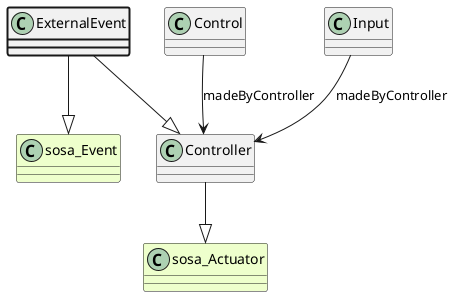
The PlantUML diagram ttl_uml/ttl_appn_ExternalEvent.png in aus-plant-phenomics-network/appn-schema, before a commit.
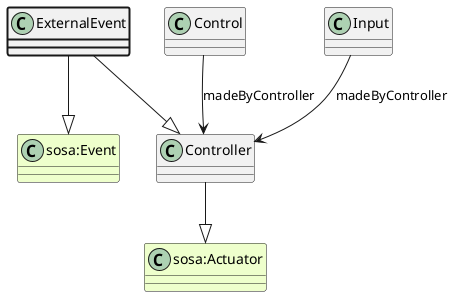
Above is the later version.

Diff of the diagram source:
```diff
@@ -1,13 +1,13 @@
 @startuml
 class ExternalEvent  #line.bold
 class Controller
-class sosa_Actuator #EEFFCC
-Controller --|> sosa_Actuator
+class "sosa:Actuator" #EEFFCC
+Controller --|> "sosa:Actuator"
 class Control
 Control --> Controller : madeByController
 class Input
 Input --> Controller : madeByController
 ExternalEvent --|> Controller
-class sosa_Event #EEFFCC
-ExternalEvent --|> sosa_Event
+class "sosa:Event" #EEFFCC
+ExternalEvent --|> "sosa:Event"
 @enduml
```
